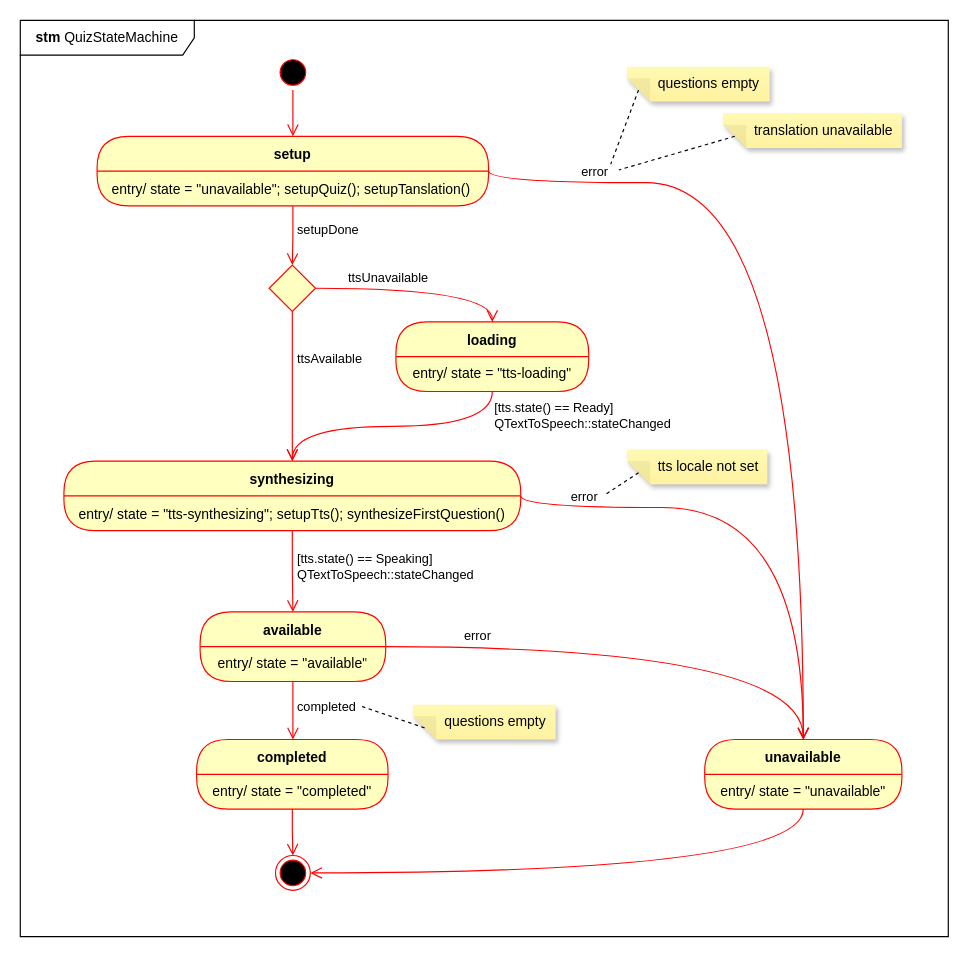
Earlier version of the draw.io diagram doc/quiz-state-machine.drawio (xnelma/oral-times-tables-quiz). Source tidied: cells renumbered, new cells numbered last; positions are measured from the earlier drawing's top-left corner, leaving out a move shared by most shapes. Both pictures are drawn from the tidied source at 116%, with x=0, y=0 at pixel (20, 20).
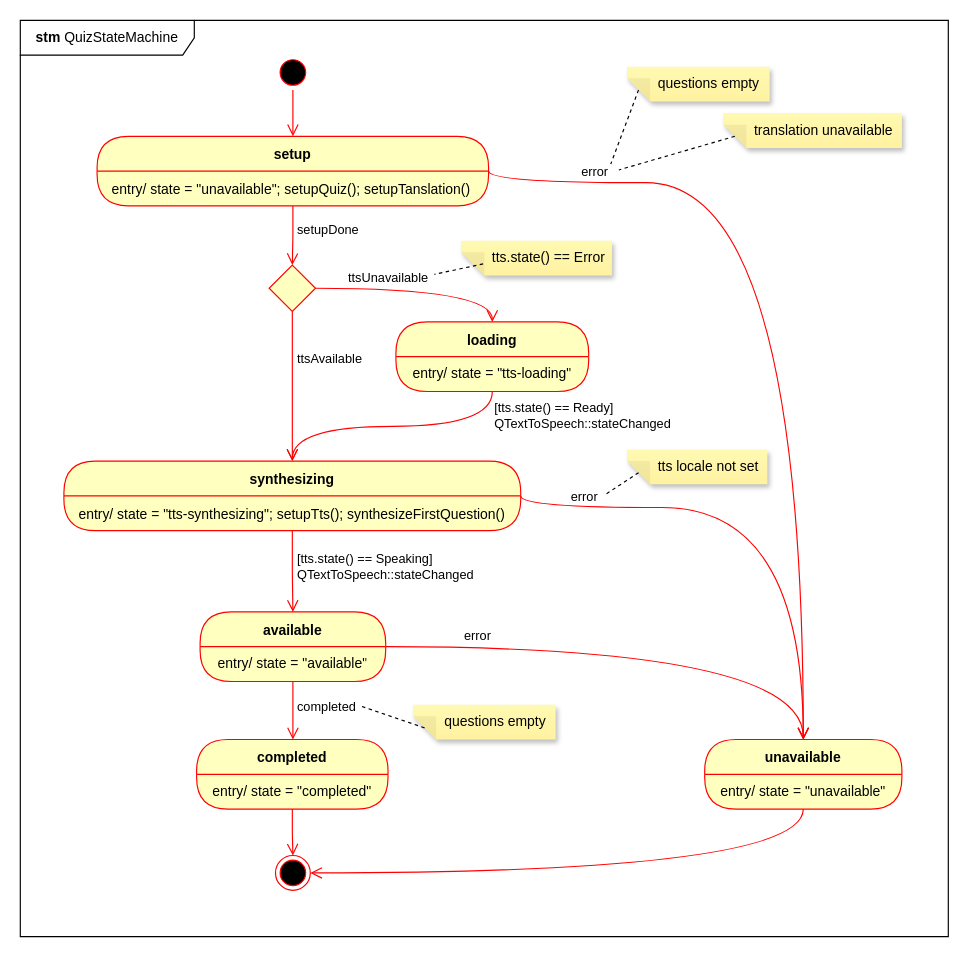
The same page after the edit.

Change to the diagram source:
```diff
@@
+    <mxCell id="42" value="tts.state() == Error" style="shape=note;whiteSpace=wrap;html=1;backgroundOutline=1;fontColor=#000000;darkOpacity=0.05;fillColor=#FFF9B2;strokeColor=none;fillStyle=solid;direction=west;gradientDirection=north;gradientColor=#FFF2A1;shadow=1;size=20;align=left;spacingLeft=25;" parent="1" vertex="1">
+      <mxGeometry x="380" y="190" width="130" height="30" as="geometry" />
+    </mxCell>
+    <mxCell id="43" style="rounded=0;jettySize=auto;html=1;exitX=0;exitY=0;exitDx=111;exitDy=10;exitPerimeter=0;endArrow=none;endFill=0;dashed=1;" parent="1" edge="1" source="42">
+      <mxGeometry relative="1" as="geometry">
+        <mxPoint x="357" y="219" as="targetPoint" />
+      </mxGeometry>
+    </mxCell>
```
